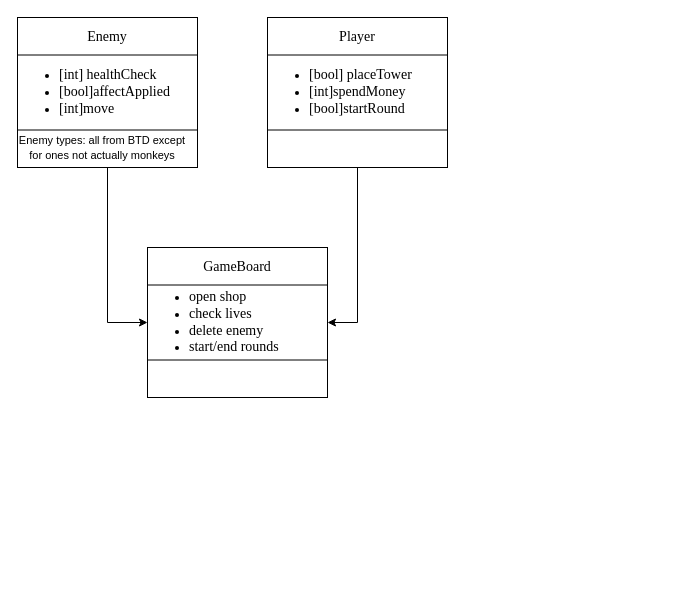
Above: images/class functions.drawio in TylerLeCmd/MonopoLoonsChessTD6 (draw.io), before the change. Source tidied: cells renumbered, new cells numbered last; positions are measured from the earlier drawing's top-left corner, leaving out a move shared by most shapes. Both pictures are drawn from the tidied source at 100%, with x=0, y=0 at pixel (17, 17).
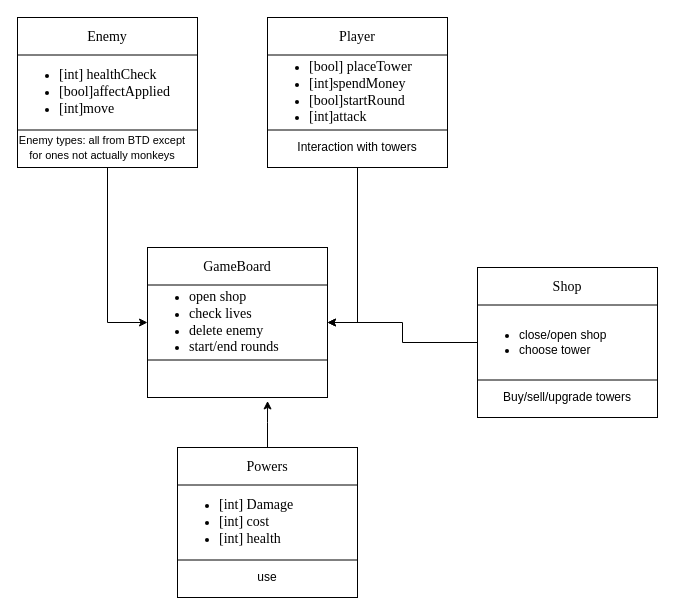
The same page after the edit.

Unchanged cells that the change refers to:
```xml
<mxCell id="14" style="rounded=0;whiteSpace=wrap;html=1;" parent="1" vertex="1">
  <mxGeometry x="130" y="230" width="180" height="150" as="geometry" />
</mxCell>
<mxCell id="18" value="&lt;div style=&quot;&quot;&gt;&lt;ul&gt;&lt;li&gt;&lt;font face=&quot;Times New Roman&quot;&gt;&lt;span style=&quot;font-size: 14px;&quot;&gt;open shop&lt;/span&gt;&lt;/font&gt;&lt;/li&gt;&lt;li&gt;&lt;font face=&quot;Times New Roman&quot;&gt;&lt;span style=&quot;font-size: 14px;&quot;&gt;check lives&lt;/span&gt;&lt;/font&gt;&lt;/li&gt;&lt;li&gt;&lt;font face=&quot;Times New Roman&quot;&gt;&lt;span style=&quot;font-size: 14px;&quot;&gt;delete enemy&lt;/span&gt;&lt;/font&gt;&lt;/li&gt;&lt;li&gt;&lt;font face=&quot;Times New Roman&quot;&gt;&lt;span style=&quot;font-size: 14px;&quot;&gt;start/end rounds&lt;/span&gt;&lt;/font&gt;&lt;/li&gt;&lt;/ul&gt;&lt;/div&gt;" style="text;html=1;strokeColor=none;fillColor=none;align=left;verticalAlign=middle;whiteSpace=wrap;rounded=0;" parent="1" vertex="1">
  <mxGeometry x="130" y="270" width="180" height="70" as="geometry" />
</mxCell>
```

The edit, as a diff of the source:
```diff
@@
-    <mxCell id="13" value="&lt;div style=&quot;&quot;&gt;&lt;ul&gt;&lt;li&gt;&lt;font face=&quot;Times New Roman&quot;&gt;&lt;span style=&quot;font-size: 14px;&quot;&gt;[bool] placeTower&lt;/span&gt;&lt;/font&gt;&lt;/li&gt;&lt;li&gt;&lt;font face=&quot;Times New Roman&quot;&gt;&lt;span style=&quot;font-size: 14px;&quot;&gt;[int]spendMoney&lt;/span&gt;&lt;/font&gt;&lt;/li&gt;&lt;li&gt;&lt;font face=&quot;Times New Roman&quot;&gt;&lt;span style=&quot;font-size: 14px;&quot;&gt;[bool]startRound&lt;/span&gt;&lt;/font&gt;&lt;/li&gt;&lt;/ul&gt;&lt;/div&gt;" style="text;html=1;strokeColor=none;fillColor=none;align=left;verticalAlign=middle;whiteSpace=wrap;rounded=0;" parent="1" vertex="1">
-      <mxGeometry x="250" y="40" width="180" height="70" as="geometry" />
+    <mxCell id="13" value="&lt;div style=&quot;&quot;&gt;&lt;ul&gt;&lt;li&gt;&lt;font face=&quot;Times New Roman&quot;&gt;&lt;span style=&quot;font-size: 14px;&quot;&gt;[bool] placeTower&lt;/span&gt;&lt;/font&gt;&lt;/li&gt;&lt;li&gt;&lt;font face=&quot;Times New Roman&quot;&gt;&lt;span style=&quot;font-size: 14px;&quot;&gt;[int]spendMoney&lt;/span&gt;&lt;/font&gt;&lt;/li&gt;&lt;li&gt;&lt;font face=&quot;Times New Roman&quot;&gt;&lt;span style=&quot;font-size: 14px;&quot;&gt;[bool]startRound&lt;/span&gt;&lt;/font&gt;&lt;/li&gt;&lt;li&gt;&lt;font face=&quot;Times New Roman&quot;&gt;&lt;span style=&quot;font-size: 14px;&quot;&gt;[int]attack&lt;/span&gt;&lt;/font&gt;&lt;/li&gt;&lt;/ul&gt;&lt;/div&gt;" style="text;html=1;strokeColor=none;fillColor=none;align=left;verticalAlign=middle;whiteSpace=wrap;rounded=0;" parent="1" vertex="1">
+      <mxGeometry x="250" y="45" width="170" height="60" as="geometry" />
     </mxCell>
@@
+    <mxCell id="20" style="rounded=0;whiteSpace=wrap;html=1;" parent="1" vertex="1">
+      <mxGeometry x="460" y="250" width="180" height="150" as="geometry" />
+    </mxCell>
+    <mxCell id="21" style="endArrow=none;html=1;rounded=0;exitX=0;exitY=0.25;exitDx=0;exitDy=0;entryX=1;entryY=0.25;entryDx=0;entryDy=0;" parent="1" edge="1" source="20" target="20">
+      <mxGeometry relative="1" as="geometry" />
+    </mxCell>
+    <mxCell id="22" value="&lt;font face=&quot;Times New Roman&quot; style=&quot;font-size: 14px;&quot;&gt;Shop&lt;br&gt;&lt;/font&gt;" style="text;html=1;strokeColor=none;fillColor=none;align=center;verticalAlign=middle;whiteSpace=wrap;rounded=0;" parent="1" vertex="1">
+      <mxGeometry x="460" y="250" width="180" height="40" as="geometry" />
+    </mxCell>
+    <mxCell id="23" style="endArrow=none;html=1;rounded=0;exitX=0;exitY=0.75;exitDx=0;exitDy=0;entryX=1;entryY=0.75;entryDx=0;entryDy=0;" parent="1" edge="1" source="20" target="20">
+      <mxGeometry relative="1" as="geometry" />
+    </mxCell>
+    <mxCell id="24" style="edgeStyle=orthogonalEdgeStyle;rounded=0;jettySize=auto;html=1;entryX=1;entryY=0.5;entryDx=0;entryDy=0;" parent="1" edge="1" source="25" target="18">
+      <mxGeometry relative="1" as="geometry" />
+    </mxCell>
+    <mxCell id="25" value="&lt;ul&gt;&lt;li&gt;close/open shop&lt;/li&gt;&lt;li&gt;choose tower&lt;/li&gt;&lt;/ul&gt;" style="text;html=1;strokeColor=none;fillColor=none;align=left;verticalAlign=middle;whiteSpace=wrap;rounded=0;" parent="1" vertex="1">
+      <mxGeometry x="460" y="290" width="180" height="70" as="geometry" />
+    </mxCell>
+    <mxCell id="26" value="Interaction with towers" style="text;html=1;strokeColor=none;fillColor=none;align=center;verticalAlign=middle;whiteSpace=wrap;rounded=0;" parent="1" vertex="1">
+      <mxGeometry x="250" y="115" width="180" height="30" as="geometry" />
+    </mxCell>
+    <mxCell id="27" value="Buy/sell/upgrade towers" style="text;html=1;strokeColor=none;fillColor=none;align=center;verticalAlign=middle;whiteSpace=wrap;rounded=0;" parent="1" vertex="1">
+      <mxGeometry x="460" y="360" width="180" height="40" as="geometry" />
+    </mxCell>
+    <mxCell id="28" style="rounded=0;whiteSpace=wrap;html=1;" parent="1" vertex="1">
+      <mxGeometry x="160" y="430" width="180" height="150" as="geometry" />
+    </mxCell>
+    <mxCell id="29" style="endArrow=none;html=1;rounded=0;exitX=0;exitY=0.25;exitDx=0;exitDy=0;entryX=1;entryY=0.25;entryDx=0;entryDy=0;" parent="1" edge="1" source="28" target="28">
+      <mxGeometry relative="1" as="geometry" />
+    </mxCell>
+    <mxCell id="30" value="&lt;font face=&quot;Times New Roman&quot; style=&quot;font-size: 14px;&quot;&gt;Powers&lt;br&gt;&lt;/font&gt;" style="text;html=1;strokeColor=none;fillColor=none;align=center;verticalAlign=middle;whiteSpace=wrap;rounded=0;" parent="1" vertex="1">
+      <mxGeometry x="160" y="430" width="180" height="40" as="geometry" />
+    </mxCell>
+    <mxCell id="31" style="endArrow=none;html=1;rounded=0;exitX=0;exitY=0.75;exitDx=0;exitDy=0;entryX=1;entryY=0.75;entryDx=0;entryDy=0;" parent="1" edge="1" source="28" target="28">
+      <mxGeometry relative="1" as="geometry" />
+    </mxCell>
+    <mxCell id="32" value="&lt;div style=&quot;&quot;&gt;&lt;ul&gt;&lt;li&gt;&lt;font face=&quot;Times New Roman&quot;&gt;&lt;span style=&quot;font-size: 14px;&quot;&gt;[int] Damage&lt;/span&gt;&lt;/font&gt;&lt;/li&gt;&lt;li&gt;&lt;font face=&quot;Times New Roman&quot;&gt;&lt;span style=&quot;font-size: 14px;&quot;&gt;[int] cost&lt;/span&gt;&lt;/font&gt;&lt;/li&gt;&lt;li&gt;&lt;font face=&quot;Times New Roman&quot;&gt;&lt;span style=&quot;font-size: 14px;&quot;&gt;[int] health&lt;/span&gt;&lt;/font&gt;&lt;/li&gt;&lt;/ul&gt;&lt;/div&gt;" style="text;html=1;strokeColor=none;fillColor=none;align=left;verticalAlign=middle;whiteSpace=wrap;rounded=0;" parent="1" vertex="1">
+      <mxGeometry x="160" y="475" width="170" height="60" as="geometry" />
+    </mxCell>
+    <mxCell id="33" value="use" style="text;html=1;strokeColor=none;fillColor=none;align=center;verticalAlign=middle;whiteSpace=wrap;rounded=0;" parent="1" vertex="1">
+      <mxGeometry x="160" y="545" width="180" height="30" as="geometry" />
+    </mxCell>
+    <mxCell id="34" style="edgeStyle=orthogonalEdgeStyle;rounded=0;jettySize=auto;html=1;exitX=0.5;exitY=0;exitDx=0;exitDy=0;entryX=0.667;entryY=1.023;entryDx=0;entryDy=0;entryPerimeter=0;" parent="1" edge="1" source="30" target="14">
+      <mxGeometry relative="1" as="geometry" />
+    </mxCell>
```
